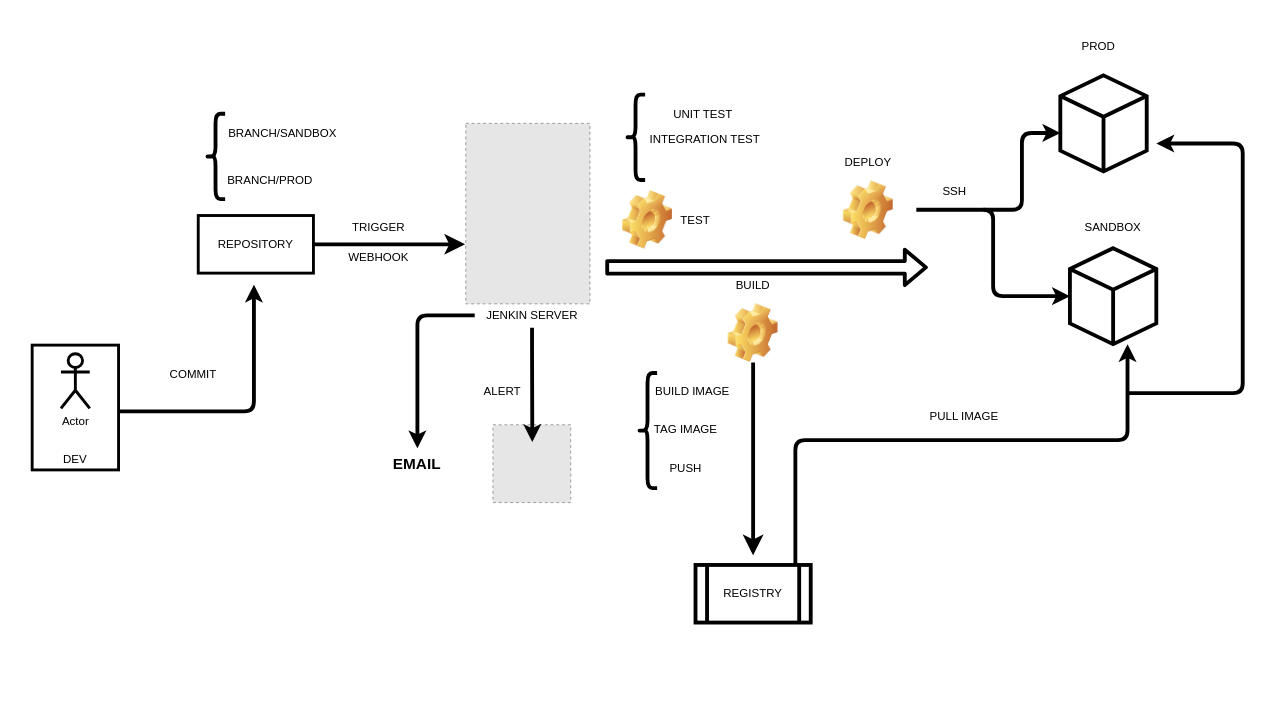
quanhk711/dev-test- keeps this draw.io diagram as ci/ci-cd.drawio. Above is the earlier version. Source tidied: cells renumbered, new cells numbered last; positions are measured from the earlier drawing's top-left corner, leaving out a move shared by most shapes. Both pictures are drawn from the tidied source at 96%, with x=0, y=0 at pixel (12, 17). Pictures stored in the file or linked from it are replaced by grey dashed boxes.
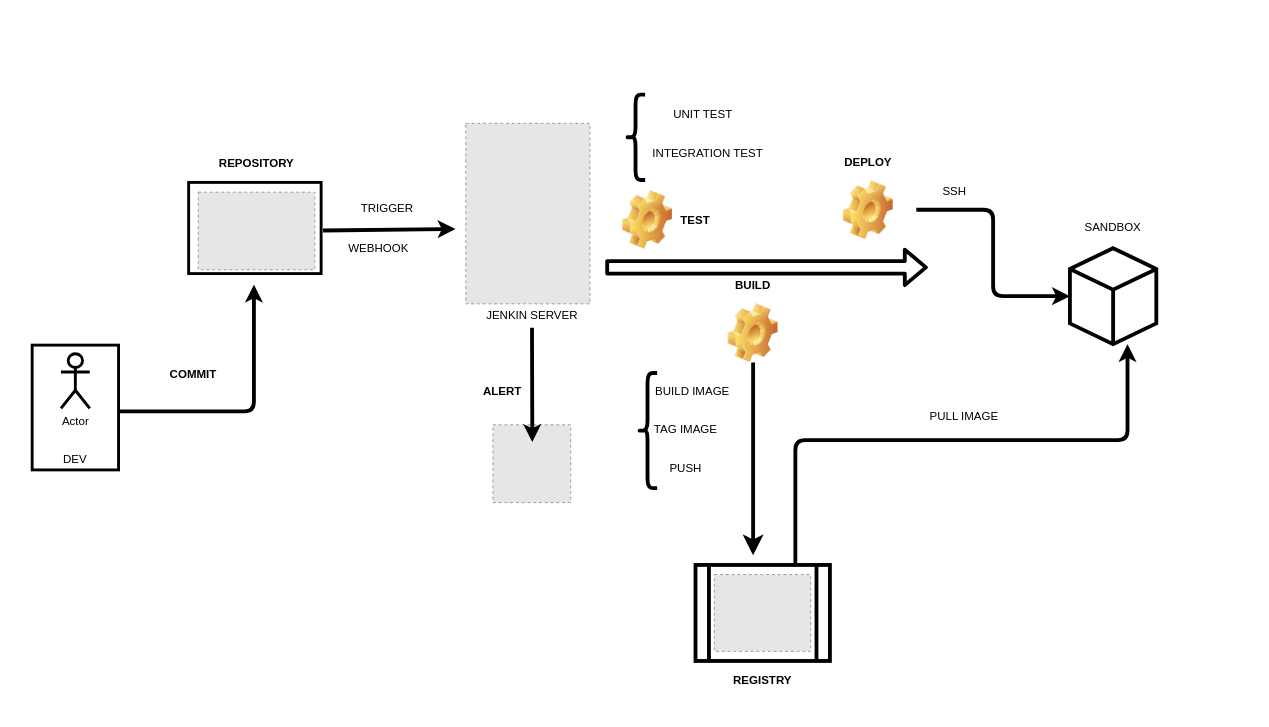
After the change.

The change refers to these unchanged cells:
```xml
<mxCell id="11" value="JENKIN SERVER" style="rounded=0;whiteSpace=wrap;html=1;strokeWidth=3;opacity=0;" parent="1" vertex="1">
  <mxGeometry x="481" y="280" width="120" height="60" as="geometry" />
</mxCell>
```

Diff of the diagram source:
```diff
@@
-    <mxCell id="5" style="edgeStyle=orthogonalEdgeStyle;rounded=0;jumpSize=9;jettySize=auto;html=1;endSize=9;strokeWidth=4;" parent="1" edge="1" source="6">
-      <mxGeometry relative="1" as="geometry">
-        <mxPoint x="471" y="236" as="targetPoint" />
-      </mxGeometry>
-    </mxCell>
-    <mxCell id="6" value="REPOSITORY" style="rounded=0;whiteSpace=wrap;html=1;strokeWidth=3;fillColor=none;" parent="1" vertex="1">
-      <mxGeometry x="193" y="206" width="120" height="60" as="geometry" />
+    <mxCell id="6" style="rounded=0;whiteSpace=wrap;html=1;strokeWidth=3;fillColor=none;" parent="1" vertex="1">
+      <mxGeometry x="183" y="171.5" width="138" height="95" as="geometry" />
     </mxCell>
-    <mxCell id="7" value="COMMIT" style="rounded=0;whiteSpace=wrap;html=1;strokeWidth=3;opacity=0;" parent="1" vertex="1">
+    <mxCell id="7" value="&lt;b&gt;COMMIT&lt;/b&gt;" style="rounded=0;whiteSpace=wrap;html=1;strokeWidth=3;opacity=0;" parent="1" vertex="1">
       <mxGeometry x="128" y="342" width="120" height="60" as="geometry" />
     </mxCell>
@@
     <mxCell id="9" value="TRIGGER" style="rounded=0;whiteSpace=wrap;html=1;strokeWidth=3;opacity=0;" parent="1" vertex="1">
-      <mxGeometry x="321" y="189" width="120" height="60" as="geometry" />
+      <mxGeometry x="330" y="169" width="120" height="60" as="geometry" />
     </mxCell>
     <mxCell id="10" value="WEBHOOK" style="rounded=0;whiteSpace=wrap;html=1;strokeWidth=3;opacity=0;" parent="1" vertex="1">
-      <mxGeometry x="321" y="220" width="120" height="60" as="geometry" />
+      <mxGeometry x="321" y="211" width="120" height="60" as="geometry" />
     </mxCell>
@@
-    <mxCell id="13" value="TEST" style="rounded=0;whiteSpace=wrap;html=1;strokeWidth=3;opacity=0;" parent="1" vertex="1">
+    <mxCell id="13" value="&lt;b&gt;TEST&lt;/b&gt;" style="rounded=0;whiteSpace=wrap;html=1;strokeWidth=3;opacity=0;" parent="1" vertex="1">
       <mxGeometry x="651" y="181" width="120" height="60" as="geometry" />
     </mxCell>
@@
-    <mxCell id="15" value="BUILD" style="rounded=0;whiteSpace=wrap;html=1;strokeWidth=3;opacity=0;" parent="1" vertex="1">
+    <mxCell id="15" value="&lt;b&gt;BUILD&lt;/b&gt;" style="rounded=0;whiteSpace=wrap;html=1;strokeWidth=3;opacity=0;" parent="1" vertex="1">
       <mxGeometry x="711" y="249" width="120" height="60" as="geometry" />
     </mxCell>
@@
-    <mxCell id="18" value="DEPLOY" style="rounded=0;whiteSpace=wrap;html=1;strokeWidth=3;opacity=0;" parent="1" vertex="1">
+    <mxCell id="18" value="&lt;b&gt;DEPLOY&lt;/b&gt;" style="rounded=0;whiteSpace=wrap;html=1;strokeWidth=3;opacity=0;" parent="1" vertex="1">
       <mxGeometry x="831" y="121" width="120" height="60" as="geometry" />
     </mxCell>
@@
     <mxCell id="23" style="shape=process;whiteSpace=wrap;html=1;backgroundOutline=1;strokeWidth=4;fillColor=none;" parent="1" vertex="1">
-      <mxGeometry x="711" y="570" width="120" height="60" as="geometry" />
+      <mxGeometry x="711" y="570" width="140" height="100" as="geometry" />
     </mxCell>
-    <mxCell id="24" value="REGISTRY" style="rounded=0;whiteSpace=wrap;html=1;strokeWidth=3;opacity=0;" parent="1" vertex="1">
+    <mxCell id="24" style="rounded=0;whiteSpace=wrap;html=1;strokeWidth=3;opacity=0;" parent="1" vertex="1">
       <mxGeometry x="711" y="570" width="120" height="60" as="geometry" />
     </mxCell>
@@
-    <mxCell id="33" value="ALERT" style="rounded=0;whiteSpace=wrap;html=1;strokeWidth=3;opacity=0;" parent="1" vertex="1">
+    <mxCell id="33" value="&lt;b&gt;ALERT&lt;/b&gt;" style="rounded=0;whiteSpace=wrap;html=1;strokeWidth=3;opacity=0;" parent="1" vertex="1">
       <mxGeometry x="450" y="359" width="120" height="60" as="geometry" />
     </mxCell>
-    <mxCell id="34" style="shape=curlyBracket;whiteSpace=wrap;html=1;rounded=1;strokeWidth=4;fillColor=none;" parent="1" vertex="1">
-      <mxGeometry x="201" y="100" width="20" height="89" as="geometry" />
-    </mxCell>
-    <mxCell id="35" value="BRANCH/SANDBOX" style="rounded=0;whiteSpace=wrap;html=1;strokeWidth=3;opacity=0;" parent="1" vertex="1">
-      <mxGeometry x="216" y="91" width="130" height="60" as="geometry" />
-    </mxCell>
-    <mxCell id="36" value="BRANCH/PROD" style="rounded=0;whiteSpace=wrap;html=1;strokeWidth=3;opacity=0;" parent="1" vertex="1">
-      <mxGeometry x="208" y="140" width="120" height="60" as="geometry" />
-    </mxCell>
-    <mxCell id="37" style="html=1;whiteSpace=wrap;shape=isoCube2;backgroundOutline=1;isoAngle=15;strokeWidth=4;" parent="1" vertex="1">
-      <mxGeometry x="1091" y="60" width="90" height="100" as="geometry" />
-    </mxCell>
-    <mxCell id="38" value="PROD" style="rounded=0;whiteSpace=wrap;html=1;strokeWidth=3;opacity=0;" parent="1" vertex="1">
-      <mxGeometry x="1071" width="120" height="60" as="geometry" />
-    </mxCell>
@@
     <mxCell id="41" value="INTEGRATION TEST" style="rounded=0;whiteSpace=wrap;html=1;strokeWidth=3;opacity=0;" parent="1" vertex="1">
-      <mxGeometry x="656" y="96.5" width="130" height="60" as="geometry" />
+      <mxGeometry x="658.5" y="111.5" width="130" height="60" as="geometry" />
     </mxCell>
-    <mxCell id="42" style="edgeStyle=elbowEdgeStyle;elbow=horizontal;endArrow=classic;html=1;strokeWidth=4;" parent="1" edge="1">
-      <mxGeometry relative="1" as="geometry">
-        <mxPoint x="1011" y="200" as="sourcePoint" />
-        <mxPoint x="1091" y="120" as="targetPoint" />
-      </mxGeometry>
-    </mxCell>
-    <mxCell id="43" style="edgeStyle=segmentEdgeStyle;endArrow=classic;html=1;strokeWidth=4;" parent="1" edge="1">
-      <mxGeometry relative="1" as="geometry">
-        <mxPoint x="1161" y="391" as="sourcePoint" />
-        <mxPoint x="1191" y="131" as="targetPoint" />
-        <Array as="points">
-          <mxPoint x="1281" y="391" />
-          <mxPoint x="1281" y="131" />
-        </Array>
-      </mxGeometry>
-    </mxCell>
@@
-    <mxCell id="46" style="edgeStyle=segmentEdgeStyle;endArrow=classic;html=1;strokeWidth=4;" parent="1" edge="1" source="11">
-      <mxGeometry relative="1" as="geometry">
-        <mxPoint x="421.3" y="448.5" as="targetPoint" />
-        <Array as="points">
-          <mxPoint x="421" y="310" />
-        </Array>
-      </mxGeometry>
-    </mxCell>
-    <mxCell id="47" value="&lt;b&gt;&lt;font style=&quot;font-size: 16px&quot;&gt;EMAIL&lt;/font&gt;&lt;/b&gt;" style="rounded=0;whiteSpace=wrap;html=1;strokeWidth=3;opacity=0;" parent="1" vertex="1">
-      <mxGeometry x="361" y="434.5" width="120" height="60" as="geometry" />
-    </mxCell>
+    <mxCell id="48" style="fillColor=#E6E6E6;strokeColor=#999999;dashed=1;verticalLabelPosition=bottom;labelBackgroundColor=#ffffff;verticalAlign=top;" parent="1" vertex="1">
+      <mxGeometry x="193" y="181.7" width="121.4" height="80.8" as="geometry" />
+    </mxCell>
+    <mxCell id="49" style="fillColor=#E6E6E6;strokeColor=#999999;dashed=1;verticalLabelPosition=bottom;labelBackgroundColor=#ffffff;verticalAlign=top;" parent="1" vertex="1">
+      <mxGeometry x="730.6" y="580" width="100.4" height="80" as="geometry" />
+    </mxCell>
+    <mxCell id="50" value="&lt;b&gt;REPOSITORY&lt;/b&gt;" style="rounded=0;whiteSpace=wrap;html=1;strokeWidth=3;opacity=0;" parent="1" vertex="1">
+      <mxGeometry x="194.4" y="121.7" width="120" height="60" as="geometry" />
+    </mxCell>
+    <mxCell id="51" style="endArrow=classic;html=1;strokeWidth=4;" parent="1" edge="1">
+      <mxGeometry relative="1" as="geometry">
+        <mxPoint x="323" y="221.6" as="sourcePoint" />
+        <mxPoint x="461" y="220" as="targetPoint" />
+      </mxGeometry>
+    </mxCell>
+    <mxCell id="52" value="&lt;b&gt;REGISTRY&lt;/b&gt;" style="rounded=0;whiteSpace=wrap;html=1;strokeWidth=3;opacity=0;" parent="1" vertex="1">
+      <mxGeometry x="720.8" y="660" width="120" height="60" as="geometry" />
+    </mxCell>
```
